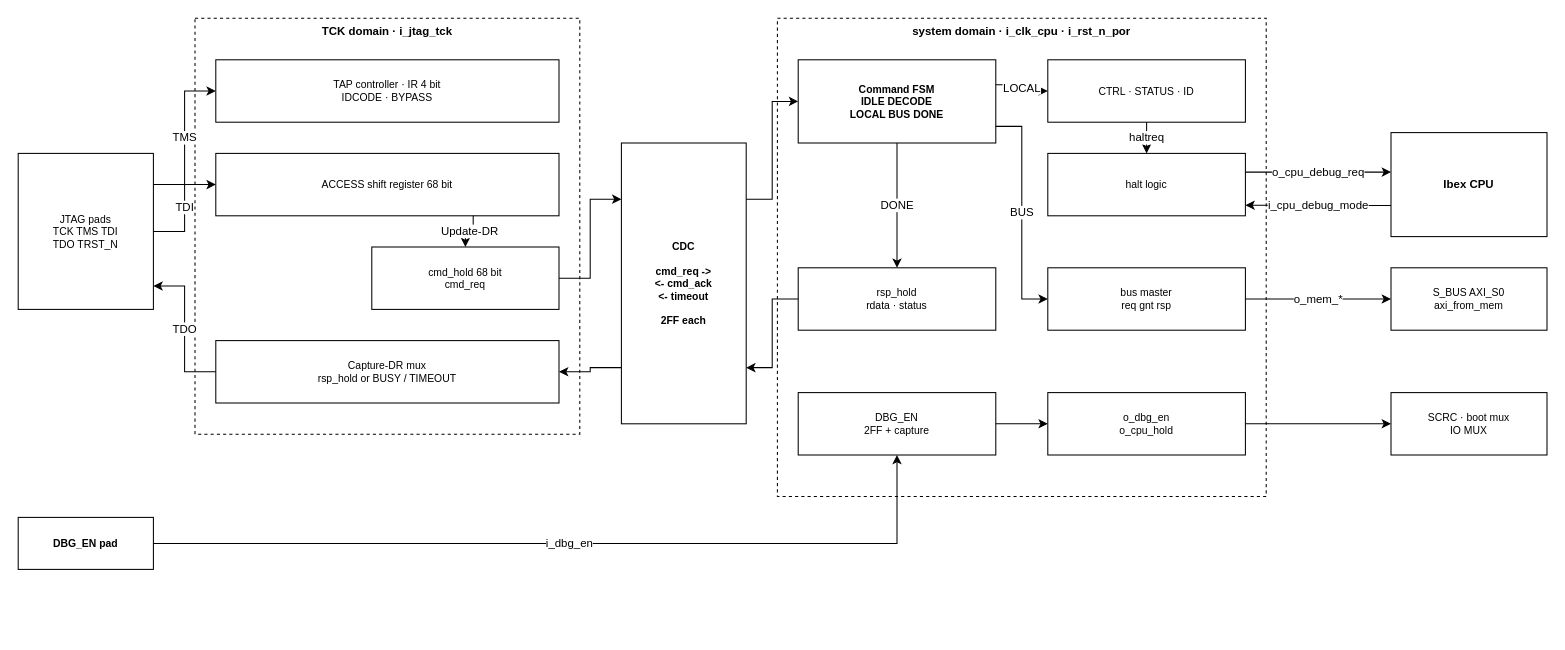
Above: page "SYSDBG block diagram" (1 of 3) of doc/drawio/QNSC_SYSDBG_MAS.drawio in quynhonsemiconductor/vlsi_deep_training (draw.io), before the change. Source tidied: cells renumbered, new cells numbered last; positions are measured from the earlier drawing's top-left corner, leaving out a move shared by most shapes. Both pictures are drawn from the tidied source at 104%, with x=0, y=0 at pixel (18, 18).
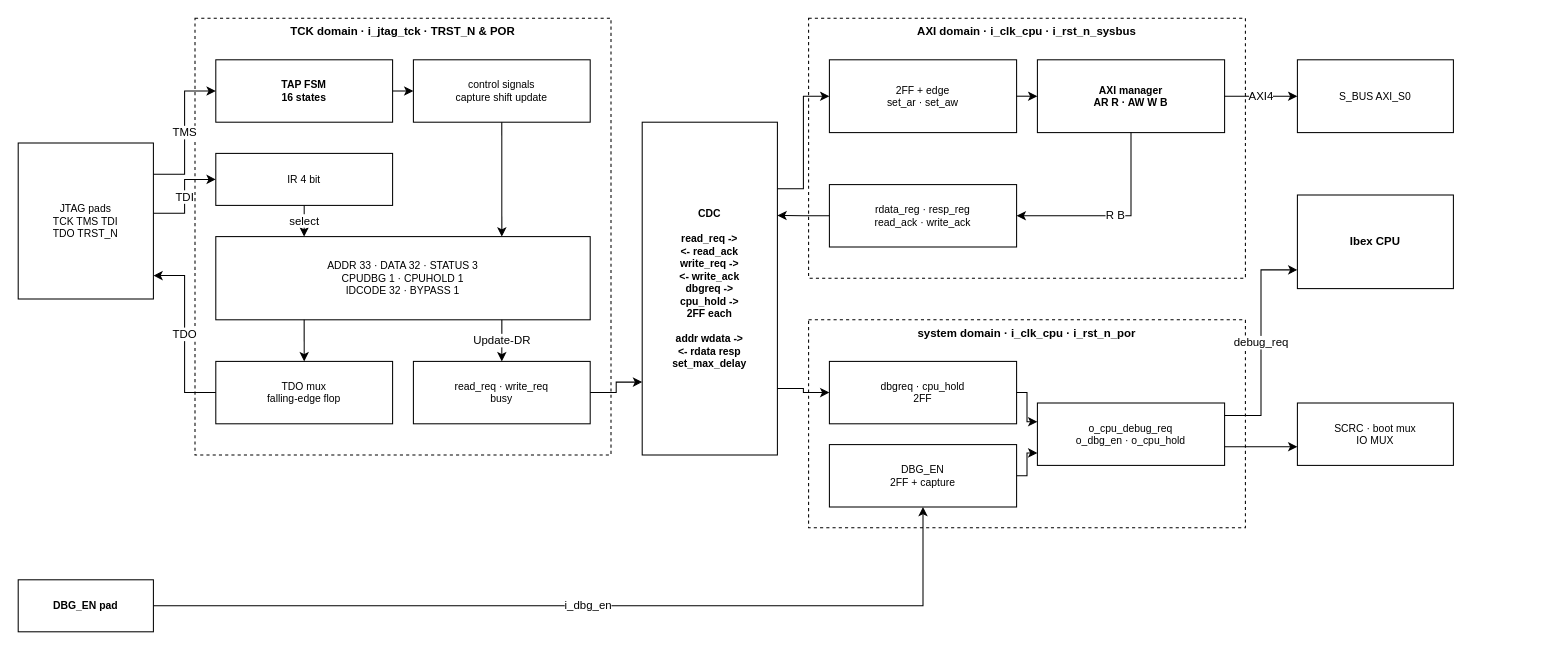
Above is the later version.

The edit, as a diff of the source:
```diff
@@
     <mxCell id="2" value="JTAG pads&#10;TCK  TMS  TDI&#10;TDO  TRST_N" style="rounded=0;whiteSpace=wrap;html=1;fillColor=#ffffff;strokeColor=#000000;fontSize=10;dashed=0;verticalAlign=middle;" parent="1" vertex="1">
-      <mxGeometry y="130" width="130" height="150" as="geometry" />
+      <mxGeometry y="120" width="130" height="150" as="geometry" />
     </mxCell>
     <mxCell id="3" value="DBG_EN pad" style="rounded=0;whiteSpace=wrap;html=1;fillColor=#ffffff;strokeColor=#000000;fontSize=10;dashed=0;fontStyle=1;verticalAlign=middle;" parent="1" vertex="1">
-      <mxGeometry y="480" width="130" height="50" as="geometry" />
+      <mxGeometry y="540" width="130" height="50" as="geometry" />
     </mxCell>
-    <mxCell id="4" value="TCK domain  ·  i_jtag_tck" style="rounded=0;whiteSpace=wrap;html=1;fillColor=none;strokeColor=#000000;fontSize=11;dashed=1;fontStyle=1;verticalAlign=top;" parent="1" vertex="1">
-      <mxGeometry x="170" width="370" height="400" as="geometry" />
+    <mxCell id="4" value="TCK domain  ·  i_jtag_tck  ·  TRST_N &amp; POR" style="rounded=0;whiteSpace=wrap;html=1;fillColor=none;strokeColor=#000000;fontSize=11;dashed=1;fontStyle=1;verticalAlign=top;" parent="1" vertex="1">
+      <mxGeometry x="170" width="400" height="420" as="geometry" />
     </mxCell>
-    <mxCell id="5" value="TAP controller  ·  IR 4 bit&#10;IDCODE  ·  BYPASS" style="rounded=0;whiteSpace=wrap;html=1;fillColor=#ffffff;strokeColor=#000000;fontSize=10;dashed=0;verticalAlign=middle;" parent="1" vertex="1">
-      <mxGeometry x="190" y="40" width="330" height="60" as="geometry" />
+    <mxCell id="5" value="TAP FSM&#10;16 states" style="rounded=0;whiteSpace=wrap;html=1;fillColor=#ffffff;strokeColor=#000000;fontSize=10;dashed=0;fontStyle=1;verticalAlign=middle;" parent="1" vertex="1">
+      <mxGeometry x="190" y="40" width="170" height="60" as="geometry" />
     </mxCell>
-    <mxCell id="6" value="ACCESS shift register  68 bit" style="rounded=0;whiteSpace=wrap;html=1;fillColor=#ffffff;strokeColor=#000000;fontSize=10;dashed=0;verticalAlign=middle;" parent="1" vertex="1">
-      <mxGeometry x="190" y="130" width="330" height="60" as="geometry" />
-    </mxCell>
-    <mxCell id="7" value="cmd_hold  68 bit&#10;cmd_req" style="rounded=0;whiteSpace=wrap;html=1;fillColor=#ffffff;strokeColor=#000000;fontSize=10;dashed=0;verticalAlign=middle;" parent="1" vertex="1">
-      <mxGeometry x="340" y="220" width="180" height="60" as="geometry" />
-    </mxCell>
-    <mxCell id="8" value="Capture-DR mux&#10;rsp_hold  or  BUSY / TIMEOUT" style="rounded=0;whiteSpace=wrap;html=1;fillColor=#ffffff;strokeColor=#000000;fontSize=10;dashed=0;verticalAlign=middle;" parent="1" vertex="1">
-      <mxGeometry x="190" y="310" width="330" height="60" as="geometry" />
-    </mxCell>
+    <mxCell id="39" value="control signals&#10;capture  shift  update" style="rounded=0;whiteSpace=wrap;html=1;fillColor=#ffffff;strokeColor=#000000;fontSize=10;dashed=0;verticalAlign=middle;" parent="1" vertex="1">
+      <mxGeometry x="380" y="40" width="170" height="60" as="geometry" />
+    </mxCell>
+    <mxCell id="40" value="IR  4 bit" style="rounded=0;whiteSpace=wrap;html=1;fillColor=#ffffff;strokeColor=#000000;fontSize=10;dashed=0;verticalAlign=middle;" parent="1" vertex="1">
+      <mxGeometry x="190" y="130" width="170" height="50" as="geometry" />
+    </mxCell>
+    <mxCell id="41" value="ADDR 33  ·  DATA 32  ·  STATUS 3&#10;CPUDBG 1  ·  CPUHOLD 1&#10;IDCODE 32  ·  BYPASS 1" style="rounded=0;whiteSpace=wrap;html=1;fillColor=#ffffff;strokeColor=#000000;fontSize=10;dashed=0;verticalAlign=middle;" parent="1" vertex="1">
+      <mxGeometry x="190" y="210" width="360" height="80" as="geometry" />
+    </mxCell>
+    <mxCell id="42" value="TDO mux&#10;falling-edge flop" style="rounded=0;whiteSpace=wrap;html=1;fillColor=#ffffff;strokeColor=#000000;fontSize=10;dashed=0;verticalAlign=middle;" parent="1" vertex="1">
+      <mxGeometry x="190" y="330" width="170" height="60" as="geometry" />
+    </mxCell>
+    <mxCell id="43" value="read_req  ·  write_req&#10;busy" style="rounded=0;whiteSpace=wrap;html=1;fillColor=#ffffff;strokeColor=#000000;fontSize=10;dashed=0;verticalAlign=middle;" parent="1" vertex="1">
+      <mxGeometry x="380" y="330" width="170" height="60" as="geometry" />
+    </mxCell>
-    <mxCell id="9" value="CDC&#10;&#10;cmd_req  -&gt;&#10;&lt;-  cmd_ack&#10;&lt;-  timeout&#10;&#10;2FF each" style="rounded=0;whiteSpace=wrap;html=1;fillColor=#ffffff;strokeColor=#000000;fontSize=10;dashed=0;fontStyle=1;verticalAlign=middle;" parent="1" vertex="1">
-      <mxGeometry x="580" y="120" width="120" height="270" as="geometry" />
+    <mxCell id="9" value="CDC&#10;&#10;read_req  -&gt;&#10;&lt;-  read_ack&#10;write_req  -&gt;&#10;&lt;-  write_ack&#10;dbgreq  -&gt;&#10;cpu_hold  -&gt;&#10;2FF each&#10;&#10;addr  wdata  -&gt;&#10;&lt;-  rdata  resp&#10;set_max_delay" style="rounded=0;whiteSpace=wrap;html=1;fillColor=#ffffff;strokeColor=#000000;fontSize=10;dashed=0;fontStyle=1;verticalAlign=middle;" parent="1" vertex="1">
+      <mxGeometry x="600" y="100" width="130" height="320" as="geometry" />
     </mxCell>
+    <mxCell id="44" value="AXI domain  ·  i_clk_cpu  ·  i_rst_n_sysbus" style="rounded=0;whiteSpace=wrap;html=1;fillColor=none;strokeColor=#000000;fontSize=11;dashed=1;fontStyle=1;verticalAlign=top;" parent="1" vertex="1">
+      <mxGeometry x="760" width="420" height="250" as="geometry" />
+    </mxCell>
+    <mxCell id="45" value="2FF + edge&#10;set_ar  ·  set_aw" style="rounded=0;whiteSpace=wrap;html=1;fillColor=#ffffff;strokeColor=#000000;fontSize=10;dashed=0;verticalAlign=middle;" parent="1" vertex="1">
+      <mxGeometry x="780" y="40" width="180" height="70" as="geometry" />
+    </mxCell>
+    <mxCell id="46" value="AXI manager&#10;AR  R  ·  AW  W  B" style="rounded=0;whiteSpace=wrap;html=1;fillColor=#ffffff;strokeColor=#000000;fontSize=10;dashed=0;fontStyle=1;verticalAlign=middle;" parent="1" vertex="1">
+      <mxGeometry x="980" y="40" width="180" height="70" as="geometry" />
+    </mxCell>
+    <mxCell id="47" value="rdata_reg  ·  resp_reg&#10;read_ack  ·  write_ack" style="rounded=0;whiteSpace=wrap;html=1;fillColor=#ffffff;strokeColor=#000000;fontSize=10;dashed=0;verticalAlign=middle;" parent="1" vertex="1">
+      <mxGeometry x="780" y="160" width="180" height="60" as="geometry" />
+    </mxCell>
     <mxCell id="10" value="system domain  ·  i_clk_cpu  ·  i_rst_n_por" style="rounded=0;whiteSpace=wrap;html=1;fillColor=none;strokeColor=#000000;fontSize=11;dashed=1;fontStyle=1;verticalAlign=top;" parent="1" vertex="1">
-      <mxGeometry x="730" width="470" height="460" as="geometry" />
+      <mxGeometry x="760" y="290" width="420" height="200" as="geometry" />
     </mxCell>
-    <mxCell id="11" value="Command FSM&#10;IDLE  DECODE&#10;LOCAL  BUS  DONE" style="rounded=0;whiteSpace=wrap;html=1;fillColor=#ffffff;strokeColor=#000000;fontSize=10;dashed=0;fontStyle=1;verticalAlign=middle;" parent="1" vertex="1">
-      <mxGeometry x="750" y="40" width="190" height="80" as="geometry" />
-    </mxCell>
-    <mxCell id="12" value="rsp_hold&#10;rdata  ·  status" style="rounded=0;whiteSpace=wrap;html=1;fillColor=#ffffff;strokeColor=#000000;fontSize=10;dashed=0;verticalAlign=middle;" parent="1" vertex="1">
-      <mxGeometry x="750" y="240" width="190" height="60" as="geometry" />
-    </mxCell>
-    <mxCell id="13" value="CTRL  ·  STATUS  ·  ID" style="rounded=0;whiteSpace=wrap;html=1;fillColor=#ffffff;strokeColor=#000000;fontSize=10;dashed=0;verticalAlign=middle;" parent="1" vertex="1">
-      <mxGeometry x="990" y="40" width="190" height="60" as="geometry" />
-    </mxCell>
-    <mxCell id="14" value="halt logic" style="rounded=0;whiteSpace=wrap;html=1;fillColor=#ffffff;strokeColor=#000000;fontSize=10;dashed=0;verticalAlign=middle;" parent="1" vertex="1">
-      <mxGeometry x="990" y="130" width="190" height="60" as="geometry" />
-    </mxCell>
-    <mxCell id="15" value="bus master&#10;req  gnt  rsp" style="rounded=0;whiteSpace=wrap;html=1;fillColor=#ffffff;strokeColor=#000000;fontSize=10;dashed=0;verticalAlign=middle;" parent="1" vertex="1">
-      <mxGeometry x="990" y="240" width="190" height="60" as="geometry" />
-    </mxCell>
+    <mxCell id="48" value="dbgreq  ·  cpu_hold&#10;2FF" style="rounded=0;whiteSpace=wrap;html=1;fillColor=#ffffff;strokeColor=#000000;fontSize=10;dashed=0;verticalAlign=middle;" parent="1" vertex="1">
+      <mxGeometry x="780" y="330" width="180" height="60" as="geometry" />
+    </mxCell>
     <mxCell id="16" value="DBG_EN&#10;2FF + capture" style="rounded=0;whiteSpace=wrap;html=1;fillColor=#ffffff;strokeColor=#000000;fontSize=10;dashed=0;verticalAlign=middle;" parent="1" vertex="1">
-      <mxGeometry x="750" y="360" width="190" height="60" as="geometry" />
+      <mxGeometry x="780" y="410" width="180" height="60" as="geometry" />
     </mxCell>
-    <mxCell id="17" value="o_dbg_en&#10;o_cpu_hold" style="rounded=0;whiteSpace=wrap;html=1;fillColor=#ffffff;strokeColor=#000000;fontSize=10;dashed=0;verticalAlign=middle;" parent="1" vertex="1">
-      <mxGeometry x="990" y="360" width="190" height="60" as="geometry" />
+    <mxCell id="17" value="o_cpu_debug_req&#10;o_dbg_en  ·  o_cpu_hold" style="rounded=0;whiteSpace=wrap;html=1;fillColor=#ffffff;strokeColor=#000000;fontSize=10;dashed=0;verticalAlign=middle;" parent="1" vertex="1">
+      <mxGeometry x="980" y="370" width="180" height="60" as="geometry" />
     </mxCell>
+    <mxCell id="19" value="S_BUS  AXI_S0" style="rounded=0;whiteSpace=wrap;html=1;fillColor=#ffffff;strokeColor=#000000;fontSize=10;dashed=0;verticalAlign=middle;" parent="1" vertex="1">
+      <mxGeometry x="1230" y="40" width="150" height="70" as="geometry" />
+    </mxCell>
     <mxCell id="18" value="Ibex CPU" style="rounded=0;whiteSpace=wrap;html=1;fillColor=#ffffff;strokeColor=#000000;fontSize=11;dashed=0;fontStyle=1;verticalAlign=middle;" parent="1" vertex="1">
-      <mxGeometry x="1320" y="110" width="150" height="100" as="geometry" />
+      <mxGeometry x="1230" y="170" width="150" height="90" as="geometry" />
     </mxCell>
-    <mxCell id="19" value="S_BUS  AXI_S0&#10;axi_from_mem" style="rounded=0;whiteSpace=wrap;html=1;fillColor=#ffffff;strokeColor=#000000;fontSize=10;dashed=0;verticalAlign=middle;" parent="1" vertex="1">
-      <mxGeometry x="1320" y="240" width="150" height="60" as="geometry" />
-    </mxCell>
     <mxCell id="20" value="SCRC  ·  boot mux&#10;IO MUX" style="rounded=0;whiteSpace=wrap;html=1;fillColor=#ffffff;strokeColor=#000000;fontSize=10;dashed=0;verticalAlign=middle;" parent="1" vertex="1">
-      <mxGeometry x="1320" y="360" width="150" height="60" as="geometry" />
+      <mxGeometry x="1230" y="370" width="150" height="60" as="geometry" />
     </mxCell>
@@
-    <mxCell id="22" value="TDI" style="edgeStyle=orthogonalEdgeStyle;rounded=0;html=1;exitX=1.0;exitY=0.5;entryX=0.0;entryY=0.5;exitDx=0;exitDy=0;entryDx=0;entryDy=0;" parent="1" edge="1" source="2" target="6">
+    <mxCell id="22" value="TDI" style="edgeStyle=orthogonalEdgeStyle;rounded=0;html=1;exitX=1.0;exitY=0.45;entryX=0.0;entryY=0.5;exitDx=0;exitDy=0;entryDx=0;entryDy=0;" parent="1" edge="1" source="2" target="40">
       <mxGeometry relative="1" as="geometry" />
     </mxCell>
+    <mxCell id="26" value="TDO" style="edgeStyle=orthogonalEdgeStyle;rounded=0;html=1;exitX=0.0;exitY=0.5;entryX=1.0;entryY=0.85;exitDx=0;exitDy=0;entryDx=0;entryDy=0;" parent="1" edge="1" source="42" target="2">
+      <mxGeometry relative="1" as="geometry" />
+    </mxCell>
+    <mxCell id="49" style="edgeStyle=orthogonalEdgeStyle;rounded=0;html=1;exitX=1.0;exitY=0.5;entryX=0.0;entryY=0.5;exitDx=0;exitDy=0;entryDx=0;entryDy=0;" parent="1" edge="1" source="5" target="39">
+      <mxGeometry relative="1" as="geometry" />
+    </mxCell>
+    <mxCell id="50" style="edgeStyle=orthogonalEdgeStyle;rounded=0;html=1;exitX=0.5;exitY=1.0;entryX=0.764;entryY=0.0;exitDx=0;exitDy=0;entryDx=0;entryDy=0;" parent="1" edge="1" source="39" target="41">
+      <mxGeometry relative="1" as="geometry" />
+    </mxCell>
+    <mxCell id="51" value="select" style="edgeStyle=orthogonalEdgeStyle;rounded=0;html=1;exitX=0.5;exitY=1.0;entryX=0.23599999999999993;entryY=0.0;exitDx=0;exitDy=0;entryDx=0;entryDy=0;" parent="1" edge="1" source="40" target="41">
+      <mxGeometry relative="1" as="geometry" />
+    </mxCell>
+    <mxCell id="52" style="edgeStyle=orthogonalEdgeStyle;rounded=0;html=1;exitX=0.23599999999999993;exitY=1.0;entryX=0.5;entryY=0.0;exitDx=0;exitDy=0;entryDx=0;entryDy=0;" parent="1" edge="1" source="41" target="42">
+      <mxGeometry relative="1" as="geometry" />
+    </mxCell>
-    <mxCell id="23" value="Update-DR" style="edgeStyle=orthogonalEdgeStyle;rounded=0;html=1;exitX=0.75;exitY=1.0;entryX=0.5;entryY=0.0;exitDx=0;exitDy=0;entryDx=0;entryDy=0;" parent="1" edge="1" source="6" target="7">
+    <mxCell id="23" value="Update-DR" style="edgeStyle=orthogonalEdgeStyle;rounded=0;html=1;exitX=0.764;exitY=1.0;entryX=0.5;entryY=0.0;exitDx=0;exitDy=0;entryDx=0;entryDy=0;" parent="1" edge="1" source="41" target="43">
       <mxGeometry relative="1" as="geometry" />
     </mxCell>
-    <mxCell id="24" style="edgeStyle=orthogonalEdgeStyle;rounded=0;html=1;exitX=1.0;exitY=0.5;entryX=0.0;entryY=0.2;exitDx=0;exitDy=0;entryDx=0;entryDy=0;" parent="1" edge="1" source="7" target="9">
-      <mxGeometry relative="1" as="geometry" />
-    </mxCell>
-    <mxCell id="25" style="edgeStyle=orthogonalEdgeStyle;rounded=0;html=1;exitX=0.0;exitY=0.8;entryX=1.0;entryY=0.5;exitDx=0;exitDy=0;entryDx=0;entryDy=0;" parent="1" edge="1" source="9" target="8">
-      <mxGeometry relative="1" as="geometry" />
-    </mxCell>
-    <mxCell id="26" value="TDO" style="edgeStyle=orthogonalEdgeStyle;rounded=0;html=1;exitX=0.0;exitY=0.5;entryX=1.0;entryY=0.85;exitDx=0;exitDy=0;entryDx=0;entryDy=0;" parent="1" edge="1" source="8" target="2">
-      <mxGeometry relative="1" as="geometry" />
-    </mxCell>
-    <mxCell id="27" style="edgeStyle=orthogonalEdgeStyle;rounded=0;html=1;exitX=1.0;exitY=0.2;entryX=0.0;entryY=0.5;exitDx=0;exitDy=0;entryDx=0;entryDy=0;" parent="1" edge="1" source="9" target="11">
-      <mxGeometry relative="1" as="geometry" />
-    </mxCell>
-    <mxCell id="28" style="edgeStyle=orthogonalEdgeStyle;rounded=0;html=1;exitX=0.0;exitY=0.5;entryX=1.0;entryY=0.8;exitDx=0;exitDy=0;entryDx=0;entryDy=0;" parent="1" edge="1" source="12" target="9">
-      <mxGeometry relative="1" as="geometry" />
-    </mxCell>
-    <mxCell id="29" value="DONE" style="edgeStyle=orthogonalEdgeStyle;rounded=0;html=1;exitX=0.5;exitY=1.0;entryX=0.5;entryY=0.0;exitDx=0;exitDy=0;entryDx=0;entryDy=0;" parent="1" edge="1" source="11" target="12">
-      <mxGeometry relative="1" as="geometry" />
-    </mxCell>
-    <mxCell id="30" value="LOCAL" style="edgeStyle=orthogonalEdgeStyle;rounded=0;html=1;exitX=1.0;exitY=0.3;entryX=0.0;entryY=0.5;exitDx=0;exitDy=0;entryDx=0;entryDy=0;" parent="1" edge="1" source="11" target="13">
-      <mxGeometry relative="1" as="geometry" />
-    </mxCell>
-    <mxCell id="31" value="BUS" style="edgeStyle=orthogonalEdgeStyle;rounded=0;html=1;exitX=1.0;exitY=0.8;entryX=0.0;entryY=0.5;exitDx=0;exitDy=0;entryDx=0;entryDy=0;" parent="1" edge="1" source="11" target="15">
-      <mxGeometry relative="1" as="geometry" />
-    </mxCell>
-    <mxCell id="32" value="haltreq" style="edgeStyle=orthogonalEdgeStyle;rounded=0;html=1;exitX=0.5;exitY=1.0;entryX=0.5;entryY=0.0;exitDx=0;exitDy=0;entryDx=0;entryDy=0;" parent="1" edge="1" source="13" target="14">
-      <mxGeometry relative="1" as="geometry" />
-    </mxCell>
-    <mxCell id="33" value="o_cpu_debug_req" style="edgeStyle=orthogonalEdgeStyle;rounded=0;html=1;exitX=1.0;exitY=0.3;entryX=0.0;entryY=0.38;exitDx=0;exitDy=0;entryDx=0;entryDy=0;" parent="1" edge="1" source="14" target="18">
-      <mxGeometry relative="1" as="geometry" />
-    </mxCell>
-    <mxCell id="34" value="i_cpu_debug_mode" style="edgeStyle=orthogonalEdgeStyle;rounded=0;html=1;exitX=0.0;exitY=0.7;entryX=1.0;entryY=0.8300000000000002;exitDx=0;exitDy=0;entryDx=0;entryDy=0;" parent="1" edge="1" source="18" target="14">
-      <mxGeometry relative="1" as="geometry" />
-    </mxCell>
-    <mxCell id="35" value="o_mem_*" style="edgeStyle=orthogonalEdgeStyle;rounded=0;html=1;exitX=1.0;exitY=0.5;entryX=0.0;entryY=0.5;exitDx=0;exitDy=0;entryDx=0;entryDy=0;" parent="1" edge="1" source="15" target="19">
-      <mxGeometry relative="1" as="geometry" />
-    </mxCell>
+    <mxCell id="53" style="edgeStyle=orthogonalEdgeStyle;rounded=0;html=1;exitX=1.0;exitY=0.5;entryX=0.0;entryY=0.781;exitDx=0;exitDy=0;entryDx=0;entryDy=0;" parent="1" edge="1" source="43" target="9">
+      <mxGeometry relative="1" as="geometry" />
+    </mxCell>
+    <mxCell id="54" style="edgeStyle=orthogonalEdgeStyle;rounded=0;html=1;exitX=1.0;exitY=0.2;entryX=0.0;entryY=0.5;exitDx=0;exitDy=0;entryDx=0;entryDy=0;" parent="1" edge="1" source="9" target="45">
+      <mxGeometry relative="1" as="geometry" />
+    </mxCell>
+    <mxCell id="55" style="edgeStyle=orthogonalEdgeStyle;rounded=0;html=1;exitX=1.0;exitY=0.5;entryX=0.0;entryY=0.5;exitDx=0;exitDy=0;entryDx=0;entryDy=0;" parent="1" edge="1" source="45" target="46">
+      <mxGeometry relative="1" as="geometry" />
+    </mxCell>
+    <mxCell id="56" value="AXI4" style="edgeStyle=orthogonalEdgeStyle;rounded=0;html=1;exitX=1.0;exitY=0.5;entryX=0.0;entryY=0.5;exitDx=0;exitDy=0;entryDx=0;entryDy=0;" parent="1" edge="1" source="46" target="19">
+      <mxGeometry relative="1" as="geometry" />
+    </mxCell>
+    <mxCell id="57" value="R  B" style="edgeStyle=orthogonalEdgeStyle;rounded=0;html=1;exitX=0.5;exitY=1.0;entryX=1.0;entryY=0.5;exitDx=0;exitDy=0;entryDx=0;entryDy=0;" parent="1" edge="1" source="46" target="47">
+      <mxGeometry relative="1" as="geometry" />
+    </mxCell>
+    <mxCell id="58" style="edgeStyle=orthogonalEdgeStyle;rounded=0;html=1;exitX=0.0;exitY=0.5;entryX=1.0;entryY=0.2800000000000001;exitDx=0;exitDy=0;entryDx=0;entryDy=0;" parent="1" edge="1" source="47" target="9">
+      <mxGeometry relative="1" as="geometry" />
+    </mxCell>
+    <mxCell id="59" style="edgeStyle=orthogonalEdgeStyle;rounded=0;html=1;exitX=1.0;exitY=0.8;entryX=0.0;entryY=0.5;exitDx=0;exitDy=0;entryDx=0;entryDy=0;" parent="1" edge="1" source="9" target="48">
+      <mxGeometry relative="1" as="geometry" />
+    </mxCell>
+    <mxCell id="60" style="edgeStyle=orthogonalEdgeStyle;rounded=0;html=1;exitX=1.0;exitY=0.5;entryX=0.0;entryY=0.3;exitDx=0;exitDy=0;entryDx=0;entryDy=0;" parent="1" edge="1" source="48" target="17">
+      <mxGeometry relative="1" as="geometry" />
+    </mxCell>
+    <mxCell id="37" style="edgeStyle=orthogonalEdgeStyle;rounded=0;html=1;exitX=1.0;exitY=0.5;entryX=0.0;entryY=0.8;exitDx=0;exitDy=0;entryDx=0;entryDy=0;" parent="1" edge="1" source="16" target="17">
+      <mxGeometry relative="1" as="geometry" />
+    </mxCell>
+    <mxCell id="61" value="debug_req" style="edgeStyle=orthogonalEdgeStyle;rounded=0;html=1;exitX=1.0;exitY=0.2;entryX=0.0;entryY=0.8;exitDx=0;exitDy=0;entryDx=0;entryDy=0;" parent="1" edge="1" source="17" target="18">
+      <mxGeometry relative="1" as="geometry" />
+    </mxCell>
+    <mxCell id="38" style="edgeStyle=orthogonalEdgeStyle;rounded=0;html=1;exitX=1.0;exitY=0.7;entryX=0.0;entryY=0.7;exitDx=0;exitDy=0;entryDx=0;entryDy=0;" parent="1" edge="1" source="17" target="20">
+      <mxGeometry relative="1" as="geometry" />
+    </mxCell>
@@
-    <mxCell id="37" style="edgeStyle=orthogonalEdgeStyle;rounded=0;html=1;exitX=1.0;exitY=0.5;entryX=0.0;entryY=0.5;exitDx=0;exitDy=0;entryDx=0;entryDy=0;" parent="1" edge="1" source="16" target="17">
-      <mxGeometry relative="1" as="geometry" />
-    </mxCell>
-    <mxCell id="38" style="edgeStyle=orthogonalEdgeStyle;rounded=0;html=1;exitX=1.0;exitY=0.5;entryX=0.0;entryY=0.5;exitDx=0;exitDy=0;entryDx=0;entryDy=0;" parent="1" edge="1" source="17" target="20">
-      <mxGeometry relative="1" as="geometry" />
-    </mxCell>
```
